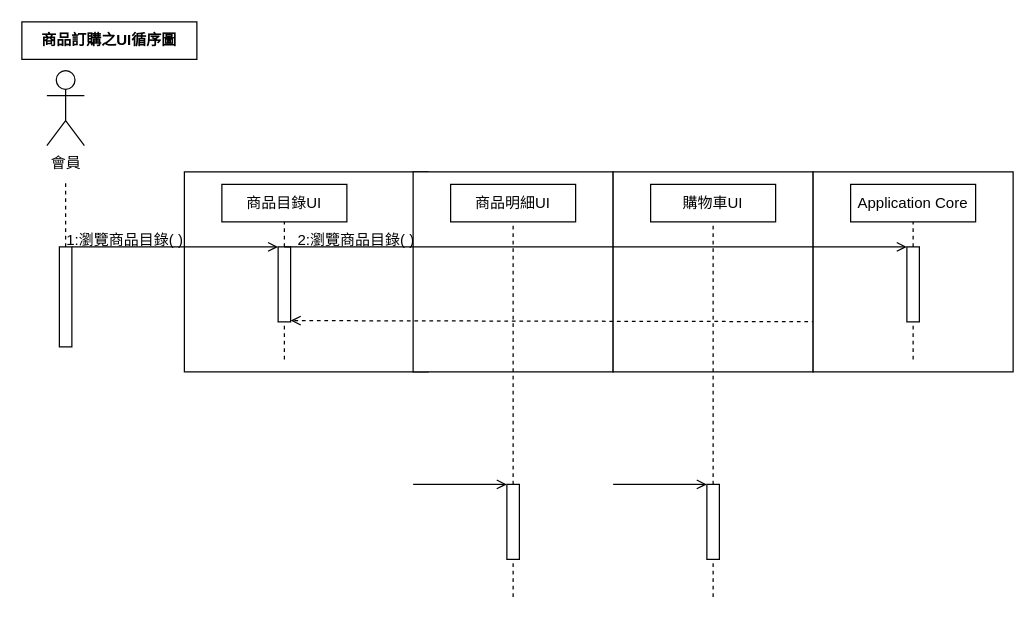
The draw.io diagram 未命名绘图.drawio in odcs0320/blog, before the edit. Source tidied: cells renumbered, new cells numbered last; positions are measured from the earlier drawing's top-left corner, leaving out a move shared by most shapes. Both pictures are drawn from the tidied source at 125%, with x=0, y=0 at pixel (21, 21).
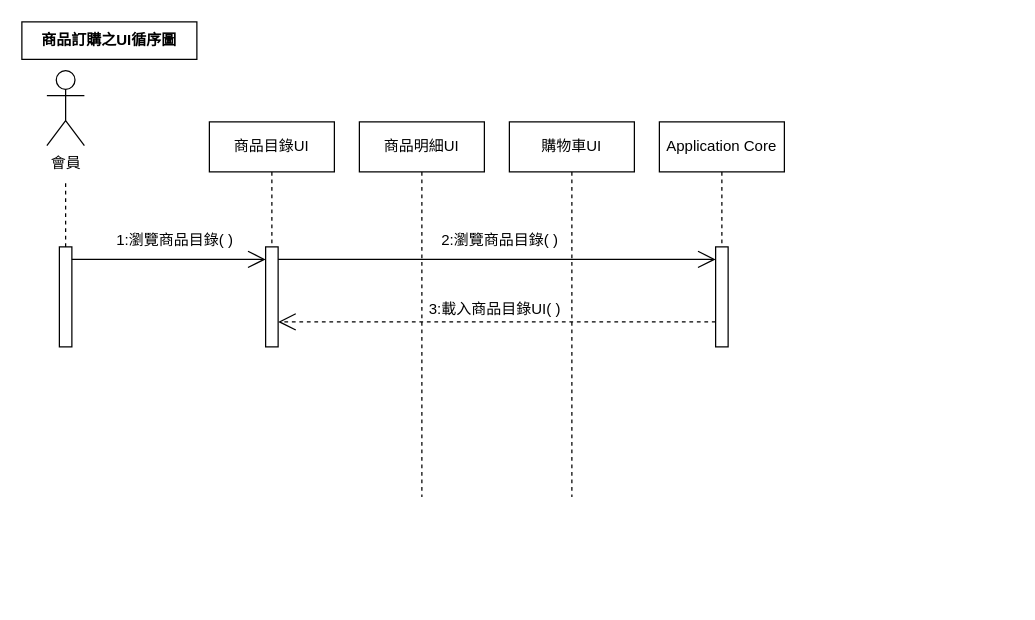
Above is the later version.

Commit message (it also covers changes not shown here):
更新未命名绘图.drawio

Unchanged cells that the change refers to:
```xml
<mxCell id="13" style="html=1;points=[];perimeter=orthogonalPerimeter;outlineConnect=0;targetShapes=umlLifeline;portConstraint=eastwest;newEdgeStyle={&quot;edgeStyle&quot;:&quot;elbowEdgeStyle&quot;,&quot;elbow&quot;:&quot;vertical&quot;,&quot;curved&quot;:0,&quot;rounded&quot;:0};" parent="1" vertex="1">
  <mxGeometry x="30" y="180" width="10" height="80" as="geometry" />
</mxCell>
```

Diff of the diagram source:
```diff
@@
-    <mxCell id="3" style="rounded=0;dashed=0;" parent="1" vertex="1">
-      <mxGeometry x="130" y="120" width="195" height="160" as="geometry" />
-    </mxCell>
-    <mxCell id="4" value="商品目錄UI" style="rounded=0;dashed=0;whiteSpace=wrap;html=1;" parent="3" vertex="1">
-      <mxGeometry x="30" y="10" width="100" height="30" as="geometry" />
-    </mxCell>
-    <mxCell id="5" style="rounded=0;dashed=0;" parent="3" vertex="1">
-      <mxGeometry x="75" y="60" width="10" height="60" as="geometry" />
-    </mxCell>
-    <mxCell id="6" style="html=1;verticalAlign=bottom;startArrow=none;endArrow=none;dashed=1;rounded=0;" parent="3" edge="1" source="5" target="4">
-      <mxGeometry relative="1" as="geometry" />
-    </mxCell>
-    <mxCell id="7" style="html=1;verticalAlign=bottom;startArrow=none;endArrow=none;dashed=1;rounded=0;" parent="3" edge="1" target="5">
-      <mxGeometry relative="1" as="geometry">
-        <mxPoint x="80" y="150" as="sourcePoint" />
-      </mxGeometry>
-    </mxCell>
-    <mxCell id="8" style="html=1;verticalAlign=bottom;startArrow=none;endArrow=open;endFill=0;rounded=0;exitX=1;exitY=0;exitDx=0;exitDy=0;exitPerimeter=0;" parent="3" edge="1" source="13">
-      <mxGeometry relative="1" as="geometry">
-        <mxPoint x="75" y="60" as="targetPoint" />
-        <Array as="points">
-          <mxPoint x="-50" y="60" />
-        </Array>
-      </mxGeometry>
-    </mxCell>
-    <mxCell id="9" value="2:瀏覽商品目錄( )" style="text;strokeColor=none;fillColor=none;align=left;verticalAlign=middle;spacingLeft=4;spacingRight=4;overflow=hidden;whiteSpace=wrap;html=1;" parent="3" vertex="1">
-      <mxGeometry x="85" y="40" width="110" height="30" as="geometry" />
-    </mxCell>
-    <mxCell id="10" style="rounded=0;dashed=0;" parent="1" vertex="1">
-      <mxGeometry x="313" y="120" width="160" height="160" as="geometry" />
-    </mxCell>
-    <mxCell id="11" value="商品明細UI" style="rounded=0;dashed=0;whiteSpace=wrap;html=1;" parent="10" vertex="1">
-      <mxGeometry x="30" y="10" width="100" height="30" as="geometry" />
-    </mxCell>
@@
     <mxCell id="15" value="1:瀏覽商品目錄( )" style="text;strokeColor=none;fillColor=none;align=left;verticalAlign=middle;spacingLeft=4;spacingRight=4;overflow=hidden;whiteSpace=wrap;html=1;" parent="1" vertex="1">
-      <mxGeometry x="30" y="160" width="110" height="30" as="geometry" />
+      <mxGeometry x="70" y="160" width="110" height="30" as="geometry" />
     </mxCell>
-    <mxCell id="16" style="rounded=0;dashed=0;" parent="1" vertex="1">
-      <mxGeometry x="473" y="120" width="160" height="160" as="geometry" />
-    </mxCell>
+    <mxCell id="4" value="商品目錄UI" style="shape=umlLifeline;perimeter=lifelinePerimeter;whiteSpace=wrap;html=1;outlineConnect=0;portConstraint=eastwest;newEdgeStyle={&quot;edgeStyle&quot;:&quot;elbowEdgeStyle&quot;,&quot;elbow&quot;:&quot;vertical&quot;,&quot;curved&quot;:0,&quot;rounded&quot;:0};" parent="1" vertex="1">
+      <mxGeometry x="150" y="80" width="100" height="100" as="geometry" />
+    </mxCell>
+    <mxCell id="9" value="2:瀏覽商品目錄( )" style="text;strokeColor=none;fillColor=none;align=left;verticalAlign=middle;spacingLeft=4;spacingRight=4;overflow=hidden;whiteSpace=wrap;html=1;" parent="1" vertex="1">
+      <mxGeometry x="330" y="160" width="110" height="30" as="geometry" />
+    </mxCell>
+    <mxCell id="11" value="商品明細UI" style="shape=umlLifeline;perimeter=lifelinePerimeter;whiteSpace=wrap;html=1;outlineConnect=0;portConstraint=eastwest;newEdgeStyle={&quot;edgeStyle&quot;:&quot;elbowEdgeStyle&quot;,&quot;elbow&quot;:&quot;vertical&quot;,&quot;curved&quot;:0,&quot;rounded&quot;:0};" parent="1" vertex="1">
+      <mxGeometry x="270" y="80" width="100" height="300" as="geometry" />
+    </mxCell>
-    <mxCell id="17" value="購物車UI" style="rounded=0;dashed=0;whiteSpace=wrap;html=1;" parent="16" vertex="1">
-      <mxGeometry x="30" y="10" width="100" height="30" as="geometry" />
+    <mxCell id="17" value="購物車UI" style="shape=umlLifeline;perimeter=lifelinePerimeter;whiteSpace=wrap;html=1;outlineConnect=0;portConstraint=eastwest;newEdgeStyle={&quot;edgeStyle&quot;:&quot;elbowEdgeStyle&quot;,&quot;elbow&quot;:&quot;vertical&quot;,&quot;curved&quot;:0,&quot;rounded&quot;:0};" parent="1" vertex="1">
+      <mxGeometry x="390" y="80" width="100" height="300" as="geometry" />
     </mxCell>
-    <mxCell id="18" style="html=1;verticalAlign=bottom;startArrow=none;endArrow=open;endFill=0;rounded=0;dashed=1;exitX=0.5;exitY=1;exitDx=0;exitDy=0;strokeColor=default;" parent="16" edge="1" source="21">
-      <mxGeometry relative="1" as="geometry">
-        <mxPoint x="-258" y="119" as="targetPoint" />
-      </mxGeometry>
-    </mxCell>
-    <mxCell id="19" style="rounded=0;dashed=0;" parent="1" vertex="1">
-      <mxGeometry x="633" y="120" width="160" height="160" as="geometry" />
-    </mxCell>
-    <mxCell id="20" value="Application Core" style="rounded=0;dashed=0;whiteSpace=wrap;html=1;" parent="19" vertex="1">
-      <mxGeometry x="30" y="10" width="100" height="30" as="geometry" />
+    <mxCell id="20" value="Application Core" style="shape=umlLifeline;perimeter=lifelinePerimeter;whiteSpace=wrap;html=1;outlineConnect=0;portConstraint=eastwest;newEdgeStyle={&quot;edgeStyle&quot;:&quot;elbowEdgeStyle&quot;,&quot;elbow&quot;:&quot;vertical&quot;,&quot;curved&quot;:0,&quot;rounded&quot;:0};" parent="1" vertex="1">
+      <mxGeometry x="510" y="80" width="100" height="100" as="geometry" />
     </mxCell>
-    <mxCell id="21" style="rounded=0;dashed=0;" parent="19" vertex="1">
-      <mxGeometry x="75" y="60" width="10" height="60" as="geometry" />
-    </mxCell>
-    <mxCell id="22" style="html=1;verticalAlign=bottom;startArrow=none;endArrow=none;dashed=1;rounded=0;" parent="19" edge="1" source="21" target="20">
-      <mxGeometry relative="1" as="geometry" />
-    </mxCell>
-    <mxCell id="23" style="html=1;verticalAlign=bottom;startArrow=none;endArrow=none;dashed=1;rounded=0;" parent="19" edge="1" target="21">
-      <mxGeometry relative="1" as="geometry">
-        <mxPoint x="80" y="150" as="sourcePoint" />
-      </mxGeometry>
-    </mxCell>
-    <mxCell id="24" style="html=1;verticalAlign=bottom;startArrow=none;endArrow=open;endFill=0;rounded=0;" parent="19" edge="1">
-      <mxGeometry relative="1" as="geometry">
-        <mxPoint x="-423" y="60" as="sourcePoint" />
-        <mxPoint x="75" y="60" as="targetPoint" />
-      </mxGeometry>
-    </mxCell>
-    <mxCell id="25" style="html=1;verticalAlign=bottom;startArrow=none;endArrow=open;endFill=0;rounded=0;" parent="1" edge="1">
-      <mxGeometry relative="1" as="geometry">
-        <mxPoint x="313" y="370" as="sourcePoint" />
-        <mxPoint x="388" y="370" as="targetPoint" />
-      </mxGeometry>
-    </mxCell>
-    <mxCell id="26" style="rounded=0;dashed=0;" parent="1" vertex="1">
-      <mxGeometry x="388" y="370" width="10" height="60" as="geometry" />
-    </mxCell>
-    <mxCell id="27" style="html=1;verticalAlign=bottom;startArrow=none;endArrow=none;dashed=1;rounded=0;" parent="1" edge="1" target="26">
-      <mxGeometry relative="1" as="geometry">
-        <mxPoint x="393" y="460" as="sourcePoint" />
-      </mxGeometry>
-    </mxCell>
-    <mxCell id="28" style="html=1;verticalAlign=bottom;startArrow=none;endArrow=none;dashed=1;rounded=0;" parent="1" edge="1" source="26" target="11">
-      <mxGeometry relative="1" as="geometry" />
-    </mxCell>
-    <mxCell id="29" style="rounded=0;dashed=0;" parent="1" vertex="1">
-      <mxGeometry x="548" y="370" width="10" height="60" as="geometry" />
-    </mxCell>
-    <mxCell id="30" style="html=1;verticalAlign=bottom;startArrow=none;endArrow=none;dashed=1;rounded=0;" parent="1" edge="1" target="29">
-      <mxGeometry relative="1" as="geometry">
-        <mxPoint x="553" y="460" as="sourcePoint" />
-      </mxGeometry>
-    </mxCell>
-    <mxCell id="31" style="html=1;verticalAlign=bottom;startArrow=none;endArrow=none;dashed=1;rounded=0;" parent="1" edge="1" source="29" target="17">
-      <mxGeometry relative="1" as="geometry" />
-    </mxCell>
-    <mxCell id="32" style="html=1;verticalAlign=bottom;startArrow=none;endArrow=open;endFill=0;rounded=0;" parent="1" edge="1">
-      <mxGeometry relative="1" as="geometry">
-        <mxPoint x="473" y="370" as="sourcePoint" />
-        <mxPoint x="548" y="370" as="targetPoint" />
-      </mxGeometry>
-    </mxCell>
+    <mxCell id="33" style="html=1;points=[];perimeter=orthogonalPerimeter;outlineConnect=0;targetShapes=umlLifeline;portConstraint=eastwest;newEdgeStyle={&quot;edgeStyle&quot;:&quot;elbowEdgeStyle&quot;,&quot;elbow&quot;:&quot;vertical&quot;,&quot;curved&quot;:0,&quot;rounded&quot;:0};" parent="1" vertex="1">
+      <mxGeometry x="195" y="180" width="10" height="80" as="geometry" />
+    </mxCell>
+    <mxCell id="34" style="html=1;points=[];perimeter=orthogonalPerimeter;outlineConnect=0;targetShapes=umlLifeline;portConstraint=eastwest;newEdgeStyle={&quot;edgeStyle&quot;:&quot;elbowEdgeStyle&quot;,&quot;elbow&quot;:&quot;vertical&quot;,&quot;curved&quot;:0,&quot;rounded&quot;:0};" parent="1" vertex="1">
+      <mxGeometry x="555" y="180" width="10" height="80" as="geometry" />
+    </mxCell>
+    <mxCell id="35" style="endArrow=open;endFill=1;endSize=12;html=1;rounded=0;" parent="1" edge="1" source="33" target="34">
+      <mxGeometry relative="1" as="geometry">
+        <Array as="points">
+          <mxPoint x="260" y="190" />
+        </Array>
+      </mxGeometry>
+    </mxCell>
+    <mxCell id="36" style="endArrow=open;endFill=1;endSize=12;html=1;rounded=0;dashed=1;" parent="1" edge="1" source="34">
+      <mxGeometry relative="1" as="geometry">
+        <mxPoint x="205" y="240" as="targetPoint" />
+        <Array as="points">
+          <mxPoint x="425" y="240" />
+        </Array>
+      </mxGeometry>
+    </mxCell>
+    <mxCell id="37" style="endArrow=open;endFill=1;endSize=12;html=1;rounded=0;" parent="1" edge="1" source="13">
+      <mxGeometry relative="1" as="geometry">
+        <mxPoint x="195" y="190" as="targetPoint" />
+      </mxGeometry>
+    </mxCell>
+    <mxCell id="38" value="3:載入商品目錄UI( )" style="text;strokeColor=none;fillColor=none;align=left;verticalAlign=middle;spacingLeft=4;spacingRight=4;overflow=hidden;whiteSpace=wrap;html=1;" parent="1" vertex="1">
+      <mxGeometry x="320" y="215" width="120" height="30" as="geometry" />
+    </mxCell>
```
